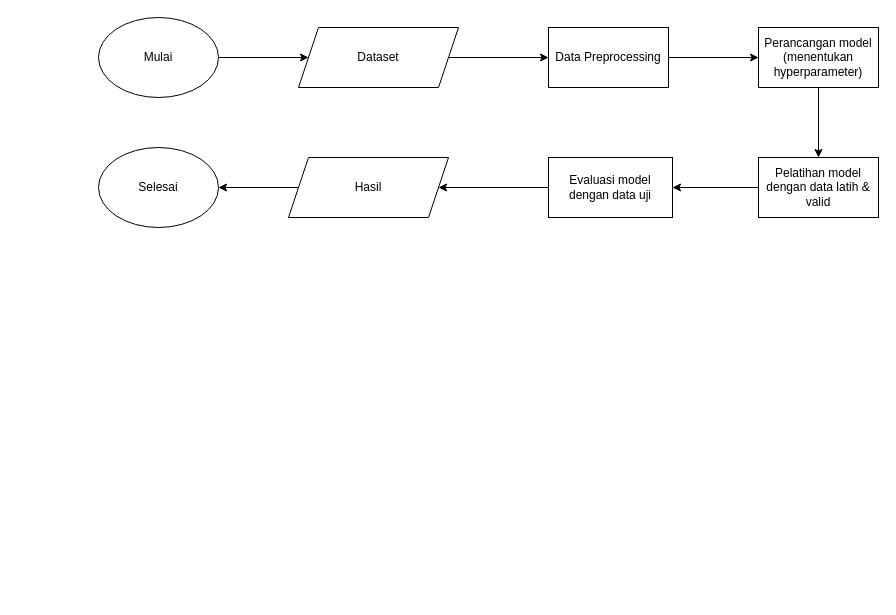
The draw.io diagram Untitled Diagram.drawio in meisyareptiana/design_database, before the edit. Source tidied: cells renumbered, new cells numbered last; positions are measured from the earlier drawing's top-left corner, leaving out a move shared by most shapes. Both pictures are drawn from the tidied source at 100%, with x=0, y=0 at pixel (98, 17).
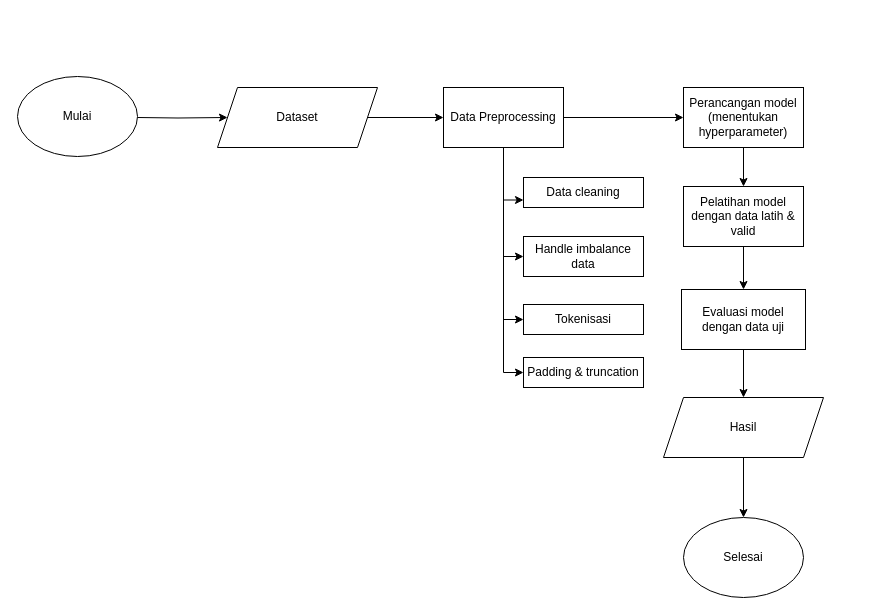
The same page after the edit.

Change to the diagram source:
```diff
@@
-    <mxCell id="2" style="edgeStyle=orthogonalEdgeStyle;rounded=0;jettySize=auto;html=1;entryX=0;entryY=0.5;entryDx=0;entryDy=0;" parent="1" edge="1" source="3" target="5">
-      <mxGeometry relative="1" as="geometry" />
+    <mxCell id="2" style="edgeStyle=orthogonalEdgeStyle;rounded=0;jettySize=auto;html=1;entryX=0;entryY=0.5;entryDx=0;entryDy=0;" parent="1" edge="1" target="5">
+      <mxGeometry relative="1" as="geometry">
+        <mxPoint x="39" y="100" as="sourcePoint" />
+      </mxGeometry>
     </mxCell>
     <mxCell id="3" value="Mulai" style="ellipse;whiteSpace=wrap;html=1;" parent="1" vertex="1">
-      <mxGeometry width="120" height="80" as="geometry" />
+      <mxGeometry x="-81" y="59" width="120" height="80" as="geometry" />
     </mxCell>
@@
     <mxCell id="5" value="Dataset" style="shape=parallelogram;perimeter=parallelogramPerimeter;whiteSpace=wrap;html=1;fixedSize=1;" parent="1" vertex="1">
-      <mxGeometry x="200" y="10" width="160" height="60" as="geometry" />
+      <mxGeometry x="119" y="70" width="160" height="60" as="geometry" />
     </mxCell>
@@
+    <mxCell id="17" style="edgeStyle=orthogonalEdgeStyle;rounded=0;jettySize=auto;html=1;entryX=0;entryY=0.75;entryDx=0;entryDy=0;" parent="1" edge="1" source="7" target="23">
+      <mxGeometry relative="1" as="geometry" />
+    </mxCell>
+    <mxCell id="18" style="edgeStyle=orthogonalEdgeStyle;rounded=0;jettySize=auto;html=1;entryX=0;entryY=0.5;entryDx=0;entryDy=0;" parent="1" edge="1" source="7" target="24">
+      <mxGeometry relative="1" as="geometry" />
+    </mxCell>
+    <mxCell id="19" style="edgeStyle=orthogonalEdgeStyle;rounded=0;jettySize=auto;html=1;entryX=0;entryY=0.5;entryDx=0;entryDy=0;" parent="1" edge="1" source="7" target="25">
+      <mxGeometry relative="1" as="geometry" />
+    </mxCell>
+    <mxCell id="20" style="edgeStyle=orthogonalEdgeStyle;rounded=0;jettySize=auto;html=1;entryX=0;entryY=0.5;entryDx=0;entryDy=0;" parent="1" edge="1" source="7" target="26">
+      <mxGeometry relative="1" as="geometry" />
+    </mxCell>
     <mxCell id="7" value="Data Preprocessing" style="rounded=0;whiteSpace=wrap;html=1;" parent="1" vertex="1">
-      <mxGeometry x="450" y="10" width="120" height="60" as="geometry" />
+      <mxGeometry x="345" y="70" width="120" height="60" as="geometry" />
     </mxCell>
-    <mxCell id="8" style="edgeStyle=orthogonalEdgeStyle;rounded=0;jettySize=auto;html=1;entryX=0.5;entryY=0;entryDx=0;entryDy=0;" parent="1" edge="1" source="9" target="11">
+    <mxCell id="8" style="edgeStyle=orthogonalEdgeStyle;rounded=0;jettySize=auto;html=1;" parent="1" edge="1" source="9" target="11">
       <mxGeometry relative="1" as="geometry" />
     </mxCell>
     <mxCell id="9" value="Perancangan model&lt;div&gt;(menentukan hyperparameter)&lt;/div&gt;" style="rounded=0;whiteSpace=wrap;html=1;" parent="1" vertex="1">
-      <mxGeometry x="660" y="10" width="120" height="60" as="geometry" />
+      <mxGeometry x="585" y="70" width="120" height="60" as="geometry" />
     </mxCell>
-    <mxCell id="10" style="edgeStyle=orthogonalEdgeStyle;rounded=0;jettySize=auto;html=1;entryX=1;entryY=0.5;entryDx=0;entryDy=0;" parent="1" edge="1" source="11" target="13">
+    <mxCell id="10" style="edgeStyle=orthogonalEdgeStyle;rounded=0;jettySize=auto;html=1;entryX=0.5;entryY=0;entryDx=0;entryDy=0;" parent="1" edge="1" source="11" target="13">
       <mxGeometry relative="1" as="geometry" />
     </mxCell>
     <mxCell id="11" value="Pelatihan model dengan data latih &amp;amp; valid" style="rounded=0;whiteSpace=wrap;html=1;" parent="1" vertex="1">
-      <mxGeometry x="660" y="140" width="120" height="60" as="geometry" />
+      <mxGeometry x="585" y="169" width="120" height="60" as="geometry" />
     </mxCell>
-    <mxCell id="12" style="edgeStyle=orthogonalEdgeStyle;rounded=0;jettySize=auto;html=1;" parent="1" edge="1" source="13">
-      <mxGeometry relative="1" as="geometry">
-        <mxPoint x="340" y="170" as="targetPoint" />
-      </mxGeometry>
-    </mxCell>
+    <mxCell id="21" style="edgeStyle=orthogonalEdgeStyle;rounded=0;jettySize=auto;html=1;entryX=0.5;entryY=0;entryDx=0;entryDy=0;" parent="1" edge="1" source="13" target="15">
+      <mxGeometry relative="1" as="geometry" />
+    </mxCell>
     <mxCell id="13" value="Evaluasi model dengan data uji" style="rounded=0;whiteSpace=wrap;html=1;" parent="1" vertex="1">
-      <mxGeometry x="450" y="140" width="124" height="60" as="geometry" />
+      <mxGeometry x="583" y="272" width="124" height="60" as="geometry" />
     </mxCell>
-    <mxCell id="14" style="edgeStyle=orthogonalEdgeStyle;rounded=0;jettySize=auto;html=1;" parent="1" edge="1" source="15">
-      <mxGeometry relative="1" as="geometry">
-        <mxPoint x="120" y="170" as="targetPoint" />
-      </mxGeometry>
-    </mxCell>
+    <mxCell id="22" style="edgeStyle=orthogonalEdgeStyle;rounded=0;jettySize=auto;html=1;" parent="1" edge="1" source="15" target="16">
+      <mxGeometry relative="1" as="geometry" />
+    </mxCell>
     <mxCell id="15" value="Hasil" style="shape=parallelogram;perimeter=parallelogramPerimeter;whiteSpace=wrap;html=1;fixedSize=1;" parent="1" vertex="1">
-      <mxGeometry x="190" y="140" width="160" height="60" as="geometry" />
+      <mxGeometry x="565" y="380" width="160" height="60" as="geometry" />
     </mxCell>
     <mxCell id="16" value="Selesai" style="ellipse;whiteSpace=wrap;html=1;" parent="1" vertex="1">
-      <mxGeometry y="130" width="120" height="80" as="geometry" />
+      <mxGeometry x="585" y="500" width="120" height="80" as="geometry" />
     </mxCell>
+    <mxCell id="23" value="Data cleaning" style="rounded=0;whiteSpace=wrap;html=1;" parent="1" vertex="1">
+      <mxGeometry x="425" y="160" width="120" height="30" as="geometry" />
+    </mxCell>
+    <mxCell id="24" value="Handle imbalance data" style="rounded=0;whiteSpace=wrap;html=1;" parent="1" vertex="1">
+      <mxGeometry x="425" y="219" width="120" height="40" as="geometry" />
+    </mxCell>
+    <mxCell id="25" value="Tokenisasi" style="rounded=0;whiteSpace=wrap;html=1;" parent="1" vertex="1">
+      <mxGeometry x="425" y="287" width="120" height="30" as="geometry" />
+    </mxCell>
+    <mxCell id="26" value="Padding &amp;amp; truncation" style="rounded=0;whiteSpace=wrap;html=1;" parent="1" vertex="1">
+      <mxGeometry x="425" y="340" width="120" height="30" as="geometry" />
+    </mxCell>
```
